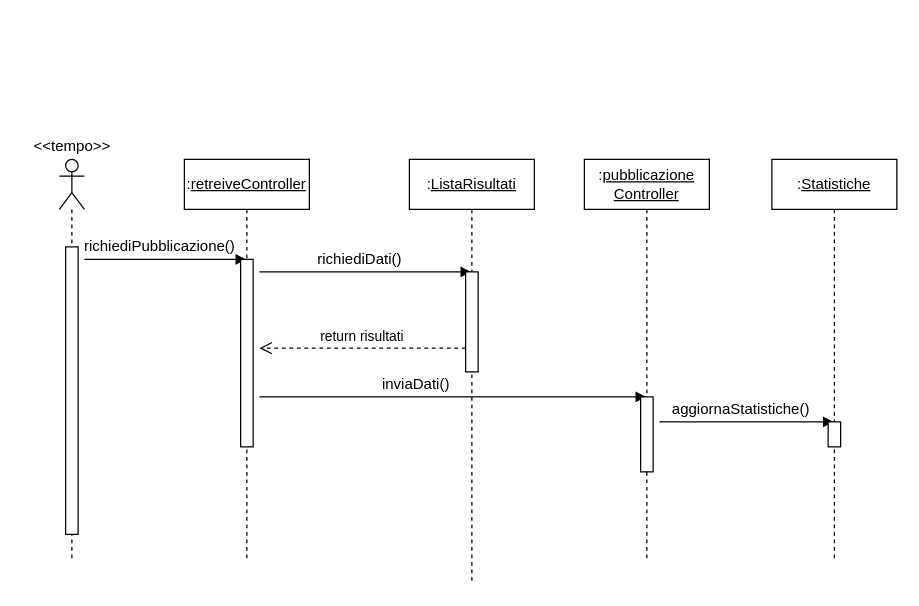
Above: page "UC_02 sequence" (2 of 4) of Diagrammi/Sequence Diagram.drawio in lorycris99/Team-HILO (draw.io), before the change. Source tidied: cells renumbered, new cells numbered last; positions are measured from the earlier drawing's top-left corner, leaving out a move shared by most shapes. Both pictures are drawn from the tidied source at 125%, with x=0, y=0 at pixel (21, 134).
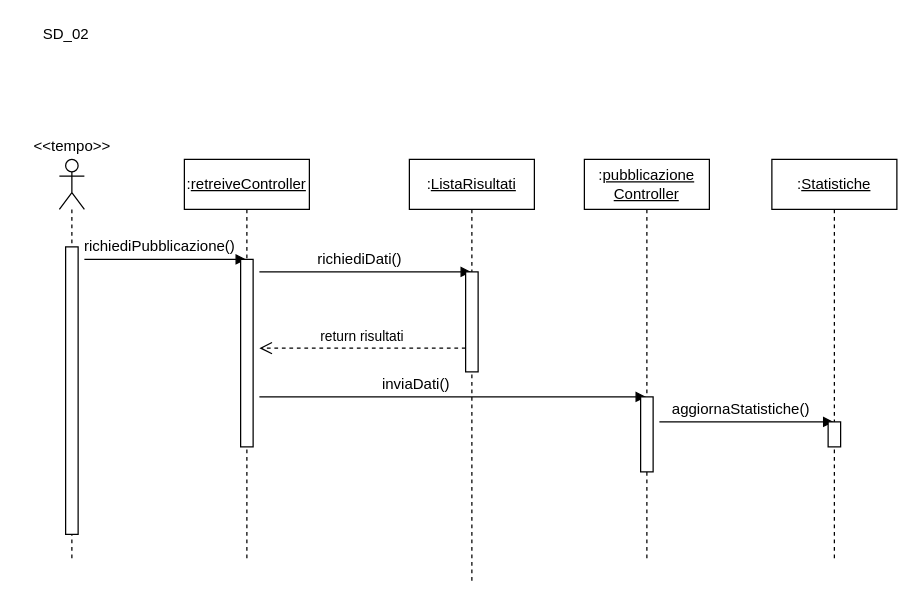
Above is the later version.

What changed in the source:
```diff
@@
+    <mxCell id="22" value="SD_02" style="text;html=1;align=center;verticalAlign=middle;" parent="1" vertex="1">
+      <mxGeometry x="10" y="-90" width="50" height="20" as="geometry" />
+    </mxCell>
```
